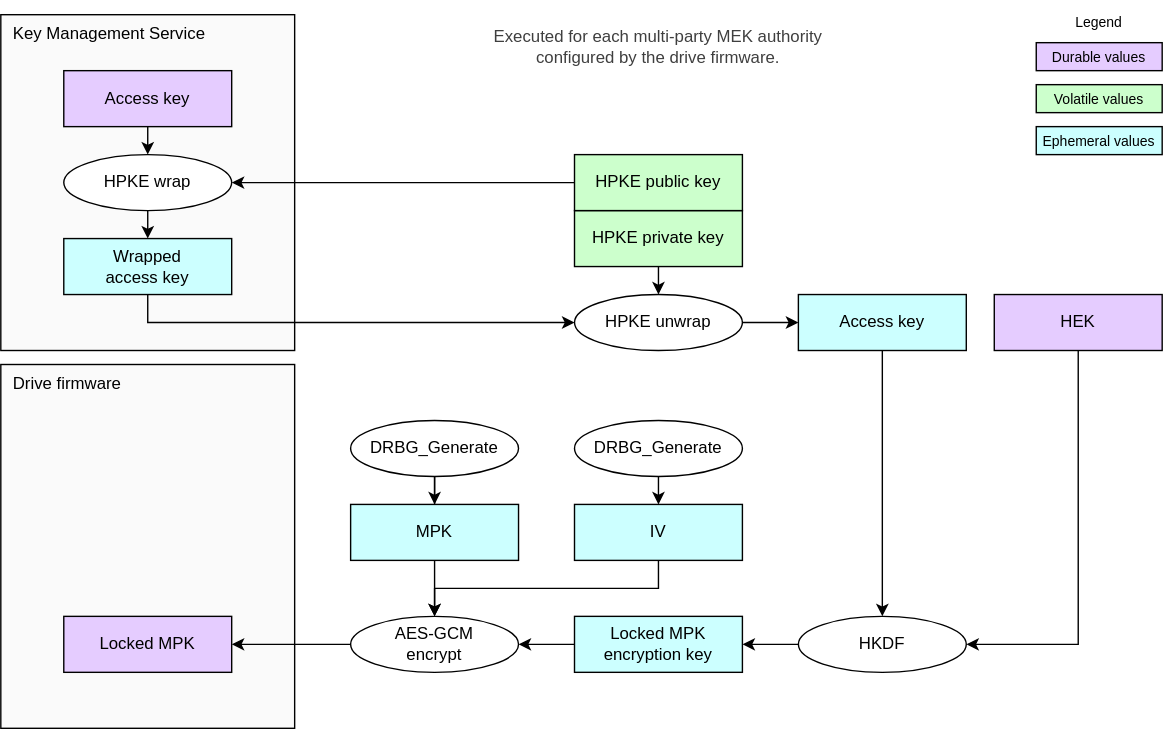
chipsalliance/Caliptra keeps this draw.io diagram as doc/ocp_lock/diagrams/mpk_generate.drawio.svg. Above is the earlier version. Source tidied: cells renumbered, new cells last; positions are measured from the earlier drawing's top-left corner, leaving out a move shared by most shapes.
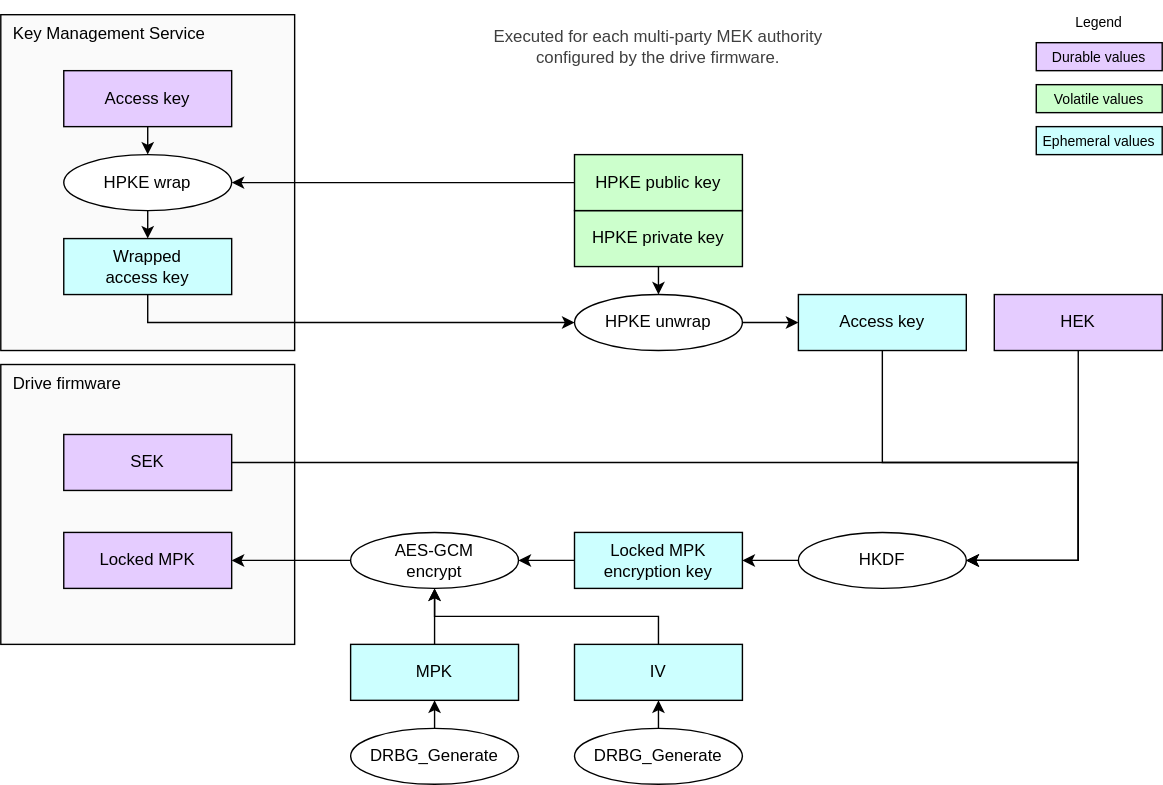
After the change.

Diff of the diagram source:
```diff
@@ -3,56 +3,57 @@
     <mxCell id="0" />
     <mxCell id="1" parent="0" />
     <mxCell id="2" value="Drive firmware" style="rounded=0;whiteSpace=wrap;html=1;fillColor=#FAFAFA;strokeColor=#000000;align=left;verticalAlign=top;spacingLeft=7;" parent="1" vertex="1">
-      <mxGeometry y="260" width="210" height="260" as="geometry" />
+      <mxGeometry y="260" width="210" height="200" as="geometry" />
     </mxCell>
     <mxCell id="3" value="Key Management Service" style="rounded=0;whiteSpace=wrap;html=1;fillColor=#FAFAFA;strokeColor=#000000;align=left;verticalAlign=top;spacingLeft=7;" parent="1" vertex="1">
       <mxGeometry y="10" width="210" height="240" as="geometry" />
     </mxCell>
     <mxCell id="4" value="&lt;div&gt;&lt;font color=&quot;#000000&quot;&gt;Locked MPK&lt;/font&gt;&lt;/div&gt;" style="rounded=0;whiteSpace=wrap;html=1;align=center;verticalAlign=middle;shadow=0;glass=0;spacingLeft=0;spacingBottom=0;spacingTop=0;fillColor=#E5CCFF;" parent="1" vertex="1">
-      <mxGeometry x="45" y="440" width="120" height="40" as="geometry" />
+      <mxGeometry x="45" y="380" width="120" height="40" as="geometry" />
     </mxCell>
     <mxCell id="5" value="&lt;div&gt;&lt;font color=&quot;#000000&quot;&gt;HEK&lt;/font&gt;&lt;/div&gt;" style="rounded=0;whiteSpace=wrap;html=1;align=center;verticalAlign=middle;shadow=0;glass=0;spacingLeft=0;spacingBottom=0;spacingTop=0;fillColor=#E5CCFF;" parent="1" vertex="1">
       <mxGeometry x="710" y="210" width="120" height="40" as="geometry" />
     </mxCell>
     <mxCell id="6" value="&lt;div&gt;&lt;font color=&quot;#000000&quot;&gt;Locked MPK encryption key&lt;/font&gt;&lt;/div&gt;" style="rounded=0;whiteSpace=wrap;html=1;align=center;verticalAlign=middle;shadow=0;glass=0;spacingLeft=0;spacingBottom=0;spacingTop=0;fillColor=#CCFFFF;" parent="1" vertex="1">
-      <mxGeometry x="410" y="440" width="120" height="40" as="geometry" />
+      <mxGeometry x="410" y="380" width="120" height="40" as="geometry" />
     </mxCell>
     <mxCell id="7" value="&lt;div&gt;&lt;font color=&quot;#000000&quot;&gt;Access key&lt;/font&gt;&lt;/div&gt;" style="rounded=0;whiteSpace=wrap;html=1;align=center;verticalAlign=middle;shadow=0;glass=0;spacingLeft=0;spacingBottom=0;spacingTop=0;fillColor=#CCFFFF;" parent="1" vertex="1">
       <mxGeometry x="570" y="210" width="120" height="40" as="geometry" />
     </mxCell>
     <mxCell id="8" value="HKDF" style="ellipse;whiteSpace=wrap;html=1;fillColor=#FFFFFF;" parent="1" vertex="1">
-      <mxGeometry x="570" y="440" width="120" height="40" as="geometry" />
+      <mxGeometry x="570" y="380" width="120" height="40" as="geometry" />
     </mxCell>
     <mxCell id="9" value="AES-GCM&lt;div&gt;encrypt&lt;/div&gt;" style="ellipse;whiteSpace=wrap;html=1;fillColor=#FFFFFF;" parent="1" vertex="1">
-      <mxGeometry x="250" y="440" width="120" height="40" as="geometry" />
+      <mxGeometry x="250" y="380" width="120" height="40" as="geometry" />
     </mxCell>
     <mxCell id="10" style="endArrow=none;html=1;exitX=1;exitY=0.5;exitDx=0;exitDy=0;entryX=0;entryY=0.5;entryDx=0;entryDy=0;startArrow=classic;startFill=1;endFill=0;endSize=6;startSize=6;" parent="1" edge="1" source="4" target="9">
       <mxGeometry relative="1" as="geometry" />
     </mxCell>
-    <mxCell id="11" style="endArrow=none;html=1;exitX=0.5;exitY=1;exitDx=0;exitDy=0;entryX=0.5;entryY=0;entryDx=0;entryDy=0;startArrow=classic;startFill=1;endFill=0;endSize=6;startSize=6;" parent="1" edge="1" source="15">
-      <mxGeometry relative="1" as="geometry">
-        <mxPoint x="310" y="340" as="targetPoint" />
-      </mxGeometry>
-    </mxCell>
     <mxCell id="12" style="endArrow=classic;html=1;exitX=0;exitY=0.5;exitDx=0;exitDy=0;entryX=1;entryY=0.5;entryDx=0;entryDy=0;endSize=6;startSize=6;" parent="1" edge="1" source="6" target="9">
       <mxGeometry relative="1" as="geometry" />
     </mxCell>
-    <mxCell id="13" style="endArrow=classic;html=1;exitX=0.5;exitY=1;exitDx=0;exitDy=0;endSize=6;startSize=6;" parent="1" edge="1" source="7" target="8">
-      <mxGeometry relative="1" as="geometry" />
+    <mxCell id="13" style="endArrow=classic;html=1;exitX=0.5;exitY=1;exitDx=0;exitDy=0;endSize=6;startSize=6;entryX=1;entryY=0.5;entryDx=0;entryDy=0;edgeStyle=orthogonalEdgeStyle;rounded=0;curved=0;" parent="1" edge="1" source="7" target="8">
+      <mxGeometry relative="1" as="geometry">
+        <Array as="points">
+          <mxPoint x="630" y="330" />
+          <mxPoint x="770" y="330" />
+          <mxPoint x="770" y="400" />
+        </Array>
+      </mxGeometry>
     </mxCell>
     <mxCell id="14" style="endArrow=classic;html=1;exitX=0;exitY=0.5;exitDx=0;exitDy=0;entryX=1;entryY=0.5;entryDx=0;entryDy=0;endSize=6;startSize=6;" parent="1" edge="1" source="8" target="6">
       <mxGeometry relative="1" as="geometry" />
     </mxCell>
     <mxCell id="15" value="&lt;div&gt;&lt;font color=&quot;#000000&quot;&gt;MPK&lt;/font&gt;&lt;/div&gt;" style="rounded=0;whiteSpace=wrap;html=1;align=center;verticalAlign=middle;shadow=0;glass=0;spacingLeft=0;spacingBottom=0;spacingTop=0;fillColor=#CCFFFF;" parent="1" vertex="1">
-      <mxGeometry x="250" y="360" width="120" height="40" as="geometry" />
+      <mxGeometry x="250" y="460" width="120" height="40" as="geometry" />
     </mxCell>
-    <mxCell id="16" style="endArrow=none;html=1;exitX=0.5;exitY=0;exitDx=0;exitDy=0;entryX=0.5;entryY=1;entryDx=0;entryDy=0;startArrow=classic;startFill=1;endFill=0;endSize=6;startSize=6;" parent="1" edge="1" source="9" target="15">
+    <mxCell id="16" style="endArrow=none;html=1;exitX=0.5;exitY=1;exitDx=0;exitDy=0;entryX=0.5;entryY=0;entryDx=0;entryDy=0;startArrow=classic;startFill=1;endFill=0;endSize=6;startSize=6;" parent="1" edge="1" source="9" target="15">
       <mxGeometry relative="1" as="geometry" />
     </mxCell>
     <mxCell id="17" style="edgeStyle=segmentEdgeStyle;endArrow=classic;html=1;curved=0;rounded=0;endSize=6;startSize=6;entryX=1;entryY=0.5;entryDx=0;entryDy=0;exitX=0.5;exitY=1;exitDx=0;exitDy=0;" parent="1" edge="1" source="5" target="8">
       <mxGeometry relative="1" as="geometry">
         <Array as="points">
-          <mxPoint x="770" y="460" />
+          <mxPoint x="770" y="400" />
         </Array>
       </mxGeometry>
     </mxCell>
@@ -104,11 +105,11 @@
     <mxCell id="30" value="Legend" style="text;strokeColor=none;align=center;fillColor=none;html=1;verticalAlign=middle;whiteSpace=wrap;rounded=0;fontSize=10;" parent="1" vertex="1">
       <mxGeometry x="755" width="60" height="30" as="geometry" />
     </mxCell>
-    <mxCell id="31" style="edgeStyle=none;html=1;entryX=0.5;entryY=0;entryDx=0;entryDy=0;exitX=0.5;exitY=1;exitDx=0;exitDy=0;" parent="1" edge="1" source="32" target="15">
+    <mxCell id="31" style="edgeStyle=none;html=1;entryX=0.5;entryY=1;entryDx=0;entryDy=0;exitX=0.5;exitY=0;exitDx=0;exitDy=0;" parent="1" edge="1" source="32" target="15">
       <mxGeometry relative="1" as="geometry" />
     </mxCell>
     <mxCell id="32" value="DRBG_Generate" style="ellipse;whiteSpace=wrap;html=1;fillColor=#FFFFFF;" parent="1" vertex="1">
-      <mxGeometry x="250" y="300" width="120" height="40" as="geometry" />
+      <mxGeometry x="250" y="520" width="120" height="40" as="geometry" />
     </mxCell>
     <mxCell id="33" value="&lt;div&gt;&lt;font color=&quot;#000000&quot;&gt;Volatile values&lt;/font&gt;&lt;/div&gt;" style="rounded=0;whiteSpace=wrap;html=1;align=center;verticalAlign=middle;shadow=0;glass=0;spacingLeft=0;spacingBottom=0;spacingTop=0;fillColor=#CCFFCC;fontSize=10;" parent="1" vertex="1">
       <mxGeometry x="740" y="60" width="90" height="20" as="geometry" />
@@ -122,17 +123,28 @@
     <mxCell id="36" value="&lt;div style=&quot;color: rgb(63, 63, 63);&quot;&gt;Executed&lt;span style=&quot;background-color: transparent;&quot;&gt;&amp;nbsp;for&amp;nbsp;&lt;/span&gt;&lt;span style=&quot;background-color: transparent;&quot;&gt;each multi-party MEK authority configured by the drive firmware.&lt;/span&gt;&lt;/div&gt;" style="text;strokeColor=none;align=center;fillColor=none;html=1;verticalAlign=middle;whiteSpace=wrap;rounded=0;" parent="1" vertex="1">
       <mxGeometry x="340" y="10" width="260" height="45" as="geometry" />
     </mxCell>
-    <mxCell id="37" style="endArrow=none;html=1;exitX=0.5;exitY=0;exitDx=0;exitDy=0;entryX=0.5;entryY=1;entryDx=0;entryDy=0;startArrow=classic;startFill=1;endFill=0;endSize=6;startSize=6;" parent="1" edge="1" source="38" target="39">
+    <mxCell id="37" style="endArrow=none;html=1;exitX=0.5;exitY=1;exitDx=0;exitDy=0;entryX=0.5;entryY=0;entryDx=0;entryDy=0;startArrow=classic;startFill=1;endFill=0;endSize=6;startSize=6;" parent="1" edge="1" source="38" target="39">
       <mxGeometry relative="1" as="geometry" />
     </mxCell>
     <mxCell id="38" value="&lt;div&gt;&lt;font color=&quot;#000000&quot;&gt;IV&lt;/font&gt;&lt;/div&gt;" style="rounded=0;whiteSpace=wrap;html=1;align=center;verticalAlign=middle;shadow=0;glass=0;spacingLeft=0;spacingBottom=0;spacingTop=0;fillColor=#CCFFFF;" parent="1" vertex="1">
-      <mxGeometry x="410" y="360" width="120" height="40" as="geometry" />
+      <mxGeometry x="410" y="460" width="120" height="40" as="geometry" />
     </mxCell>
     <mxCell id="39" value="DRBG_Generate" style="ellipse;whiteSpace=wrap;html=1;fillColor=#FFFFFF;" parent="1" vertex="1">
-      <mxGeometry x="410" y="300" width="120" height="40" as="geometry" />
+      <mxGeometry x="410" y="520" width="120" height="40" as="geometry" />
     </mxCell>
-    <mxCell id="40" style="edgeStyle=orthogonalEdgeStyle;endArrow=classic;html=1;rounded=0;endSize=6;startSize=6;entryX=0.5;entryY=0;entryDx=0;entryDy=0;exitX=0.5;exitY=1;exitDx=0;exitDy=0;" parent="1" edge="1" source="38" target="9">
+    <mxCell id="40" style="edgeStyle=orthogonalEdgeStyle;endArrow=classic;html=1;rounded=0;endSize=6;startSize=6;entryX=0.5;entryY=1;entryDx=0;entryDy=0;exitX=0.5;exitY=0;exitDx=0;exitDy=0;" parent="1" edge="1" source="38" target="9">
       <mxGeometry relative="1" as="geometry" />
     </mxCell>
+    <mxCell id="41" value="&lt;div&gt;&lt;font color=&quot;#000000&quot;&gt;SEK&lt;/font&gt;&lt;/div&gt;" style="rounded=0;whiteSpace=wrap;html=1;align=center;verticalAlign=middle;shadow=0;glass=0;spacingLeft=0;spacingBottom=0;spacingTop=0;fillColor=#E5CCFF;" parent="1" vertex="1">
+      <mxGeometry x="45" y="310" width="120" height="40" as="geometry" />
+    </mxCell>
+    <mxCell id="42" style="edgeStyle=orthogonalEdgeStyle;endArrow=classic;html=1;rounded=0;endSize=6;startSize=6;entryX=1;entryY=0.5;entryDx=0;entryDy=0;exitX=1;exitY=0.5;exitDx=0;exitDy=0;" parent="1" edge="1" source="41" target="8">
+      <mxGeometry relative="1" as="geometry">
+        <Array as="points">
+          <mxPoint x="770" y="330" />
+          <mxPoint x="770" y="400" />
+        </Array>
+      </mxGeometry>
+    </mxCell>
   </root>
 </mxGraphModel>
```
